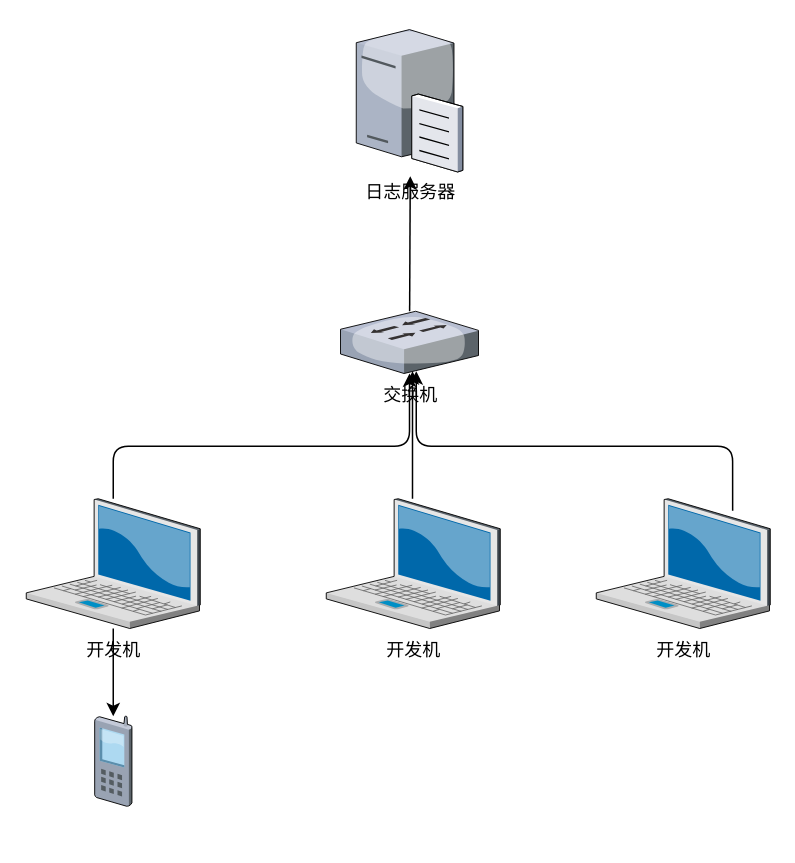
This is Untitled Diagram.drawio from samxu007/Hello-World, a draw.io file, before an edit. Source tidied: cells renumbered, new cells numbered last; positions are measured from the earlier drawing's top-left corner, leaving out a move shared by most shapes. Both pictures are drawn from the tidied source at 150%, with x=0, y=0 at pixel (26, 26).
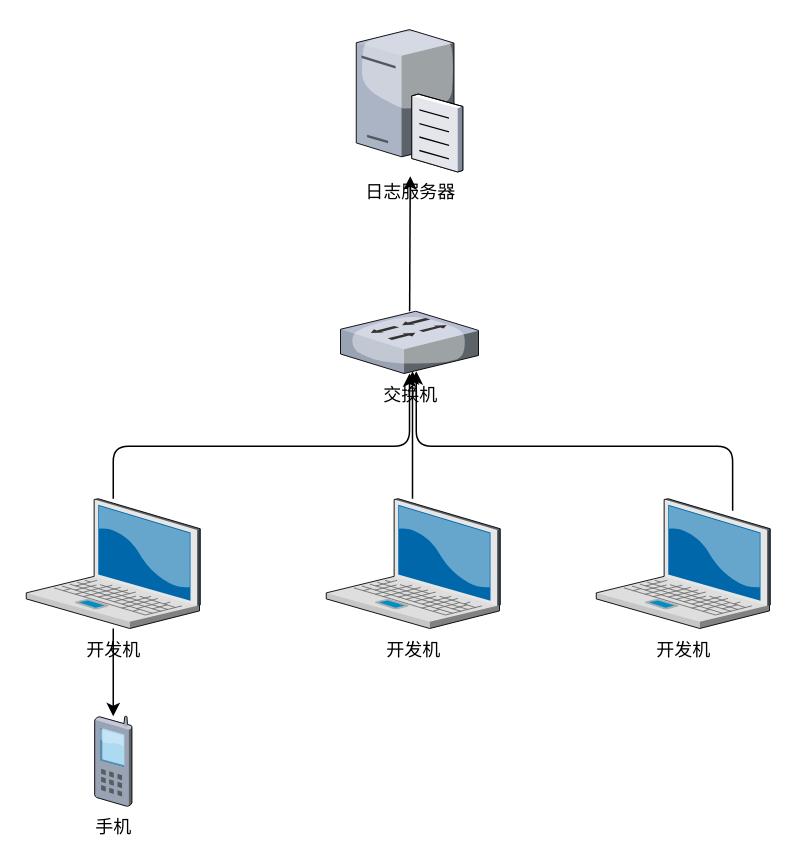
After the change.

Diff of the diagram source:
```diff
@@
 <mxGraphModel background="#ffffff">
   <root>
     <mxCell id="0" />
     <mxCell id="1" parent="0" />
     <mxCell id="2" value="日志服务器" style="verticalLabelPosition=bottom;html=1;verticalAlign=top;strokeColor=none;shape=mxgraph.citrix.file_server;rounded=0;shadow=0;comic=0;fontFamily=Verdana;" parent="1" vertex="1">
       <mxGeometry x="220" width="71" height="97" as="geometry" />
     </mxCell>
     <mxCell id="3" value="开发机" style="verticalLabelPosition=bottom;html=1;verticalAlign=top;strokeColor=none;align=center;outlineConnect=0;shape=mxgraph.citrix.laptop_2;" parent="1" vertex="1">
       <mxGeometry y="315" width="116" height="86.5" as="geometry" />
     </mxCell>
-    <mxCell id="4" style="verticalLabelPosition=bottom;html=1;verticalAlign=top;strokeColor=none;align=center;outlineConnect=0;shape=mxgraph.citrix.cell_phone;" parent="1" vertex="1">
+    <mxCell id="4" value="手机" style="verticalLabelPosition=bottom;html=1;verticalAlign=top;strokeColor=none;align=center;outlineConnect=0;shape=mxgraph.citrix.cell_phone;" parent="1" vertex="1">
       <mxGeometry x="45.5" y="460" width="25" height="60" as="geometry" />
     </mxCell>
     <mxCell id="5" value="交换机" style="verticalLabelPosition=bottom;html=1;verticalAlign=top;strokeColor=none;align=center;outlineConnect=0;shape=mxgraph.citrix.switch;" parent="1" vertex="1">
       <mxGeometry x="209.5" y="190" width="92" height="41.5" as="geometry" />
     </mxCell>
     <mxCell id="6" style="edgeStyle=elbowEdgeStyle;elbow=vertical;endArrow=classic;html=1;" parent="1" edge="1" source="3" target="5">
       <mxGeometry relative="1" as="geometry">
         <Array as="points">
           <mxPoint x="160" y="280" />
         </Array>
       </mxGeometry>
     </mxCell>
     <mxCell id="7" style="endArrow=classic;html=1;" parent="1" edge="1" source="5">
       <mxGeometry relative="1" as="geometry">
         <mxPoint x="256" y="100" as="targetPoint" />
       </mxGeometry>
     </mxCell>
     <mxCell id="8" style="endArrow=classic;html=1;" parent="1" edge="1" source="3" target="4">
       <mxGeometry relative="1" as="geometry" />
     </mxCell>
     <mxCell id="9" value="开发机" style="verticalLabelPosition=bottom;html=1;verticalAlign=top;strokeColor=none;align=center;shape=mxgraph.citrix.laptop_2;" parent="1" vertex="1">
       <mxGeometry x="200" y="315" width="116" height="86.5" as="geometry" />
     </mxCell>
     <mxCell id="10" value="开发机" style="verticalLabelPosition=bottom;html=1;verticalAlign=top;strokeColor=none;align=center;outlineConnect=0;shape=mxgraph.citrix.laptop_2;" parent="1" vertex="1">
       <mxGeometry x="380" y="315" width="116" height="86.5" as="geometry" />
     </mxCell>
     <mxCell id="11" style="edgeStyle=segmentEdgeStyle;endArrow=classic;html=1;" parent="1" edge="1">
       <mxGeometry relative="1" as="geometry">
         <mxPoint x="257.5" y="315" as="sourcePoint" />
         <mxPoint x="257.5" y="230" as="targetPoint" />
         <Array as="points">
           <mxPoint x="257.5" y="290" />
           <mxPoint x="257.5" y="290" />
         </Array>
       </mxGeometry>
     </mxCell>
     <mxCell id="12" style="edgeStyle=segmentEdgeStyle;endArrow=classic;html=1;exitX=0.784;exitY=0.092;exitDx=0;exitDy=0;exitPerimeter=0;" parent="1" edge="1" source="10">
       <mxGeometry relative="1" as="geometry">
         <mxPoint x="260" y="230" as="targetPoint" />
         <Array as="points">
           <mxPoint x="471" y="280" />
           <mxPoint x="260" y="280" />
         </Array>
       </mxGeometry>
     </mxCell>
   </root>
 </mxGraphModel>
```
